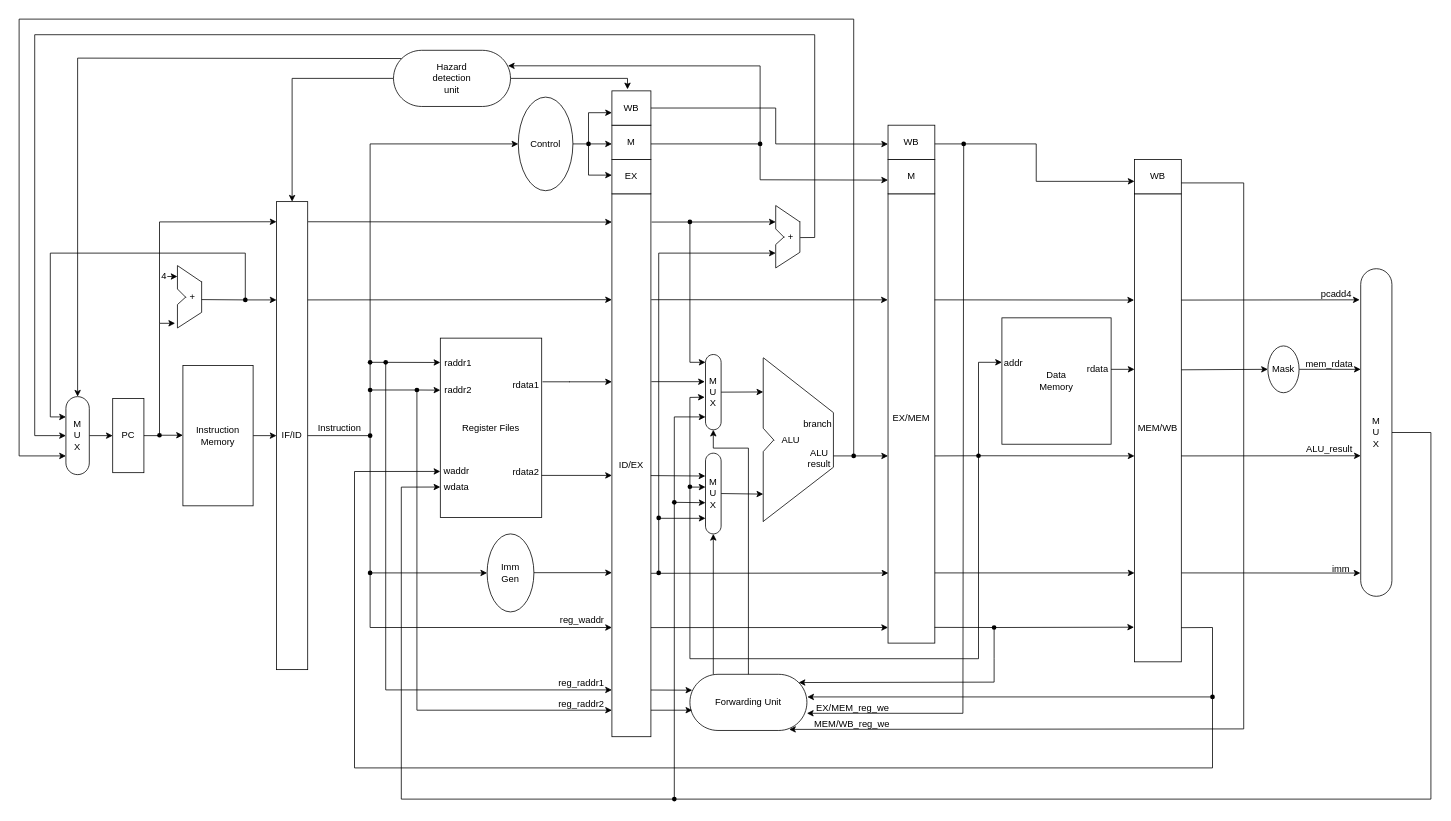
The draw.io diagram CPU2.0 pipeline.drawio in Briarcresy/2026-IC-contest-JYD, before the edit. Source tidied: cells renumbered, new cells numbered last; positions are measured from the earlier drawing's top-left corner, leaving out a move shared by most shapes. Both pictures are drawn from the tidied source at 78%, with x=0, y=0 at pixel (19, 19).
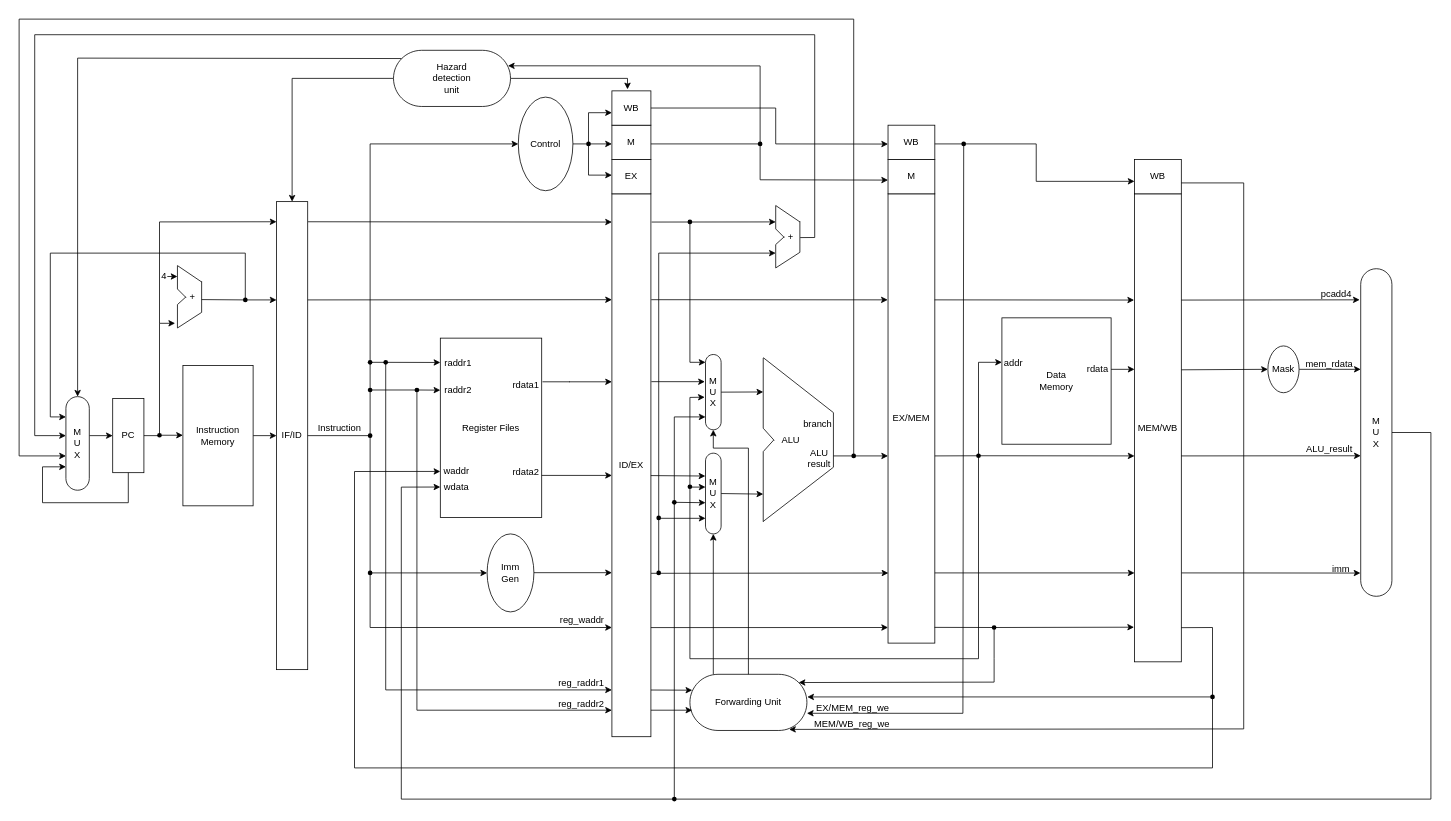
Above is the later version.

Unchanged cells that the change refers to:
```xml
<mxCell id="5" value="PC" style="rounded=0;whiteSpace=wrap;html=1;" parent="1" vertex="1">
  <mxGeometry x="120" y="486.5" width="40" height="95" as="geometry" />
</mxCell>
<mxCell id="159" value="+" style="text;html=1;align=center;verticalAlign=middle;points=[];strokeColor=none;fillColor=none;" parent="1" vertex="1">
  <mxGeometry x="974" y="265" width="30" height="30" as="geometry" />
</mxCell>
<mxCell id="173" value="Hazard&lt;div&gt;detection&lt;/div&gt;&lt;div&gt;unit&lt;/div&gt;" style="html=1;dashed=0;whiteSpace=wrap;shape=mxgraph.dfd.start;points=[[0,0,0,10.548,10.548000000000002],[0,0,0,10.548,61.452],[0,0,0,139.452,10.548000000000002],[0,0,0,139.452,61.452],[0,0.5,0,0,0],[0.3,0,0,0,0],[0.5,0,0,0,0],[0.5,0.5,0,0,36],[1,0.5,0,0,0]];" parent="1" vertex="1">
  <mxGeometry x="480" y="40" width="150" height="72" as="geometry" />
</mxCell>
```

Diff of the diagram source:
```diff
@@
-    <mxCell id="2" style="edgeStyle=orthogonalEdgeStyle;rounded=0;jettySize=auto;html=1;exitX=0.5;exitY=0.5;exitDx=0;exitDy=-15;exitPerimeter=0;entryX=0;entryY=0.5;entryDx=0;entryDy=0;" parent="1" edge="1" source="3" target="5">
-      <mxGeometry relative="1" as="geometry" />
+    <mxCell id="2" style="edgeStyle=orthogonalEdgeStyle;rounded=0;jettySize=auto;html=1;exitX=0.5;exitY=0.5;exitDx=0;exitDy=-15;exitPerimeter=0;entryX=0;entryY=0.5;entryDx=0;entryDy=0;" parent="1" edge="1" target="5">
+      <mxGeometry relative="1" as="geometry">
+        <mxPoint x="90" y="534" as="sourcePoint" />
+      </mxGeometry>
     </mxCell>
-    <mxCell id="3" value="M&lt;div&gt;U&lt;/div&gt;&lt;div&gt;X&lt;/div&gt;" style="html=1;dashed=0;whiteSpace=wrap;shape=mxgraph.dfd.start;direction=south;" parent="1" vertex="1">
-      <mxGeometry x="60" y="484" width="30" height="100" as="geometry" />
-    </mxCell>
@@
-    <mxCell id="150" style="endArrow=classic;html=1;rounded=0;entryX=0.26;entryY=1;entryDx=0;entryDy=0;entryPerimeter=0;" parent="1" edge="1" target="3">
+    <mxCell id="150" style="endArrow=classic;html=1;rounded=0;entryX=0.26;entryY=1;entryDx=0;entryDy=0;entryPerimeter=0;" parent="1" edge="1">
       <mxGeometry relative="1" as="geometry">
         <mxPoint x="290" y="360" as="sourcePoint" />
+        <mxPoint x="60" y="510" as="targetPoint" />
         <Array as="points">
           <mxPoint x="290" y="300" />
           <mxPoint x="40" y="300" />
           <mxPoint x="40" y="510" />
         </Array>
       </mxGeometry>
     </mxCell>
@@
-    <mxCell id="166" style="endArrow=classic;html=1;rounded=0;exitX=0.912;exitY=0.503;exitDx=0;exitDy=0;exitPerimeter=0;entryX=0.5;entryY=0.5;entryDx=0;entryDy=15;entryPerimeter=0;" parent="1" edge="1" source="159" target="3">
+    <mxCell id="166" style="endArrow=classic;html=1;rounded=0;exitX=0.912;exitY=0.503;exitDx=0;exitDy=0;exitPerimeter=0;entryX=0.5;entryY=0.5;entryDx=0;entryDy=15;entryPerimeter=0;" parent="1" edge="1" source="159">
       <mxGeometry relative="1" as="geometry">
+        <mxPoint x="60" y="534" as="targetPoint" />
         <Array as="points">
           <mxPoint x="1020" y="280" />
           <mxPoint x="1020" y="20" />
           <mxPoint x="20" y="20" />
           <mxPoint x="20" y="534" />
         </Array>
       </mxGeometry>
     </mxCell>
-    <mxCell id="167" style="endArrow=classic;html=1;rounded=0;entryX=0.76;entryY=1;entryDx=0;entryDy=0;entryPerimeter=0;" parent="1" edge="1" target="3">
+    <mxCell id="167" style="endArrow=classic;html=1;rounded=0;entryX=0.76;entryY=1;entryDx=0;entryDy=0;entryPerimeter=0;" parent="1" edge="1">
       <mxGeometry relative="1" as="geometry">
         <mxPoint x="1070" y="560" as="sourcePoint" />
+        <mxPoint x="60" y="560" as="targetPoint" />
         <Array as="points">
           <mxPoint x="1070" />
           <mxPoint />
           <mxPoint y="560" />
         </Array>
       </mxGeometry>
     </mxCell>
@@
-    <mxCell id="172" style="edgeStyle=none;rounded=0;jettySize=auto;html=1;exitX=0;exitY=0;exitDx=10.548;exitDy=10.548000000000002;exitPerimeter=0;" parent="1" edge="1" source="173" target="3">
+    <mxCell id="172" style="edgeStyle=none;rounded=0;jettySize=auto;html=1;exitX=0;exitY=0;exitDx=10.548;exitDy=10.548000000000002;exitPerimeter=0;" parent="1" edge="1" source="173">
       <mxGeometry relative="1" as="geometry">
+        <mxPoint x="75" y="484" as="targetPoint" />
         <Array as="points">
           <mxPoint x="75" y="50" />
         </Array>
       </mxGeometry>
     </mxCell>
@@
+    <mxCell id="3" value="M&lt;div&gt;U&lt;/div&gt;&lt;div&gt;X&lt;/div&gt;" style="html=1;dashed=0;whiteSpace=wrap;shape=mxgraph.dfd.start;direction=south;" parent="1" vertex="1">
+      <mxGeometry x="60" y="484" width="30" height="120" as="geometry" />
+    </mxCell>
+    <mxCell id="183" style="endArrow=classic;html=1;rounded=0;exitX=0.5;exitY=1;exitDx=0;exitDy=0;entryX=0.75;entryY=1;entryDx=0;entryDy=0;entryPerimeter=0;" parent="1" edge="1" source="5" target="3">
+      <mxGeometry relative="1" as="geometry">
+        <Array as="points">
+          <mxPoint x="140" y="620" />
+          <mxPoint x="30" y="620" />
+          <mxPoint x="30" y="574" />
+        </Array>
+      </mxGeometry>
+    </mxCell>
```
